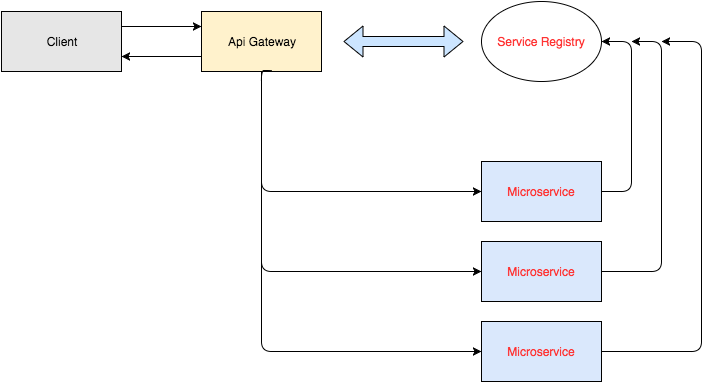
alchimya/micro-node-service keeps this draw.io diagram as ServiceRegistry.png. Above is the earlier version. Source tidied: cells renumbered, new cells last; positions are measured from the earlier drawing's top-left corner, leaving out a move shared by most shapes.
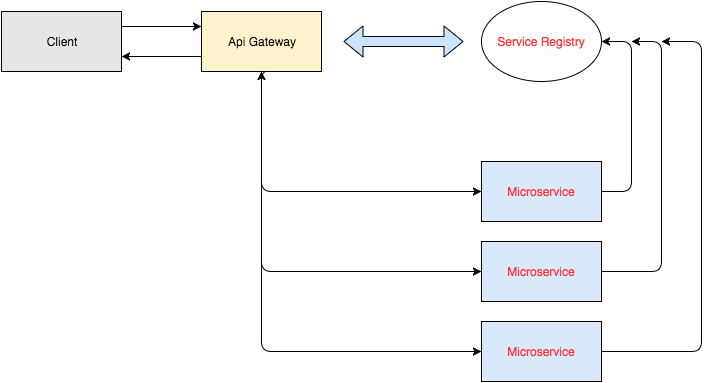
The same diagram one commit later.

The edit, as a diff of the source:
```diff
@@ -57,7 +57,7 @@
       <mxGeometry relative="1" as="geometry">
         <mxPoint x="480" y="270" as="targetPoint" />
         <Array as="points">
-          <mxPoint x="260" y="69" />
+          <mxPoint x="260" y="70" />
           <mxPoint x="260" y="270" />
         </Array>
       </mxGeometry>
@@ -82,5 +82,11 @@
         <mxPoint x="462" y="40" as="targetPoint" />
       </mxGeometry>
     </mxCell>
+    <mxCell id="17" style="endArrow=classic;html=1;strokeColor=#000000;fillColor=#CCE5FF;gradientColor=none;fontSize=12;fontColor=#FF3333;" parent="1" edge="1">
+      <mxGeometry relative="1" as="geometry">
+        <mxPoint x="260" y="170" as="sourcePoint" />
+        <mxPoint x="260" y="70" as="targetPoint" />
+      </mxGeometry>
+    </mxCell>
   </root>
 </mxGraphModel>
```
